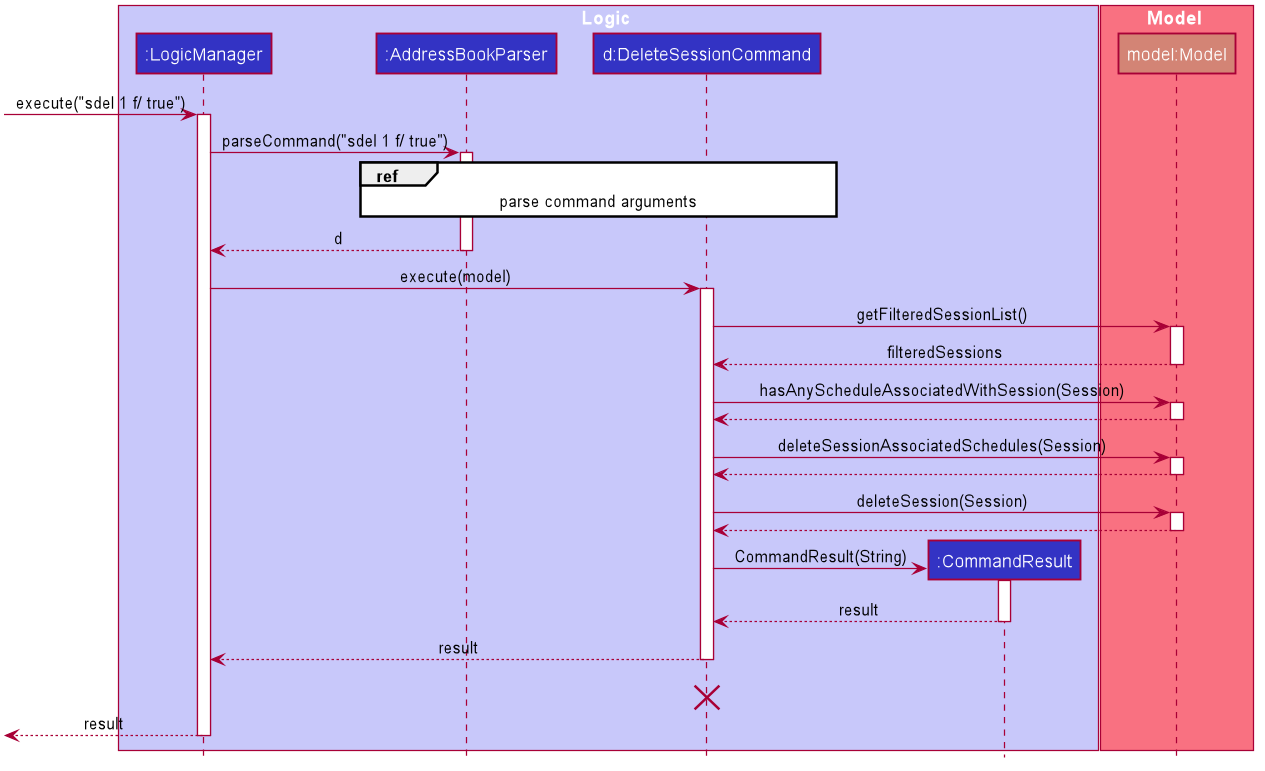
Above: docs/images/tracing/DeleteSessionSequenceDiagram.png in tanweijie123/tp (PlantUML), before the change. Its diagram source:
```plantuml
@startuml








skinparam BackgroundColor #FFFFFFF

skinparam Shadowing false

skinparam Class {
    FontColor #FFFFFF
    BorderThickness 1
    BorderColor #FFFFFF
    StereotypeFontColor #FFFFFF
    FontName Arial
}

skinparam Actor {
    BorderColor #000000
    Color #000000
    FontName Arial
}

skinparam Sequence {
    MessageAlign center
    BoxFontSize 15
    BoxPadding 0
    BoxFontColor #FFFFFF
    FontName Arial
}

skinparam Participant {
    FontColor #FFFFFFF
    Padding 20
}

skinparam MinClassWidth 50
skinparam ParticipantPadding 10
skinparam Shadowing false
skinparam DefaultTextAlignment center
skinparam packageStyle Rectangle

hide footbox
hide members
hide circle

box Logic #C8C8FA
participant ":LogicManager" as LogicManager #3333C4
participant ":AddressBookParser" as AddressBookParser #3333C4
participant "d:DeleteSessionCommand" as DeleteSessionCommand #3333C4
participant ":CommandResult" as CommandResult #3333C4
end box

box Model #F97181
participant "model:Model" as Model #d38475
end box
[-> LogicManager : execute("sdel 1 f/ true")
activate LogicManager

LogicManager -> AddressBookParser : parseCommand("sdel 1 f/ true")
activate AddressBookParser

ref over AddressBookParser, DeleteSessionCommand : parse command arguments

AddressBookParser --> LogicManager : d
deactivate AddressBookParser

LogicManager -> DeleteSessionCommand : execute(model)
activate DeleteSessionCommand

DeleteSessionCommand -> Model : getFilteredSessionList()
activate Model

Model --> DeleteSessionCommand : filteredSessions
deactivate Model

DeleteSessionCommand -> Model: hasAnyScheduleAssociatedWithSession(Session)
activate Model

Model --> DeleteSessionCommand
deactivate Model

DeleteSessionCommand -> Model: deleteSessionAssociatedSchedules(Session)
activate Model

Model --> DeleteSessionCommand
deactivate Model

DeleteSessionCommand -> Model: deleteSession(Session)
activate Model

Model --> DeleteSessionCommand
deactivate Model

create CommandResult
DeleteSessionCommand -> CommandResult: CommandResult(String)
activate CommandResult

CommandResult --> DeleteSessionCommand : result
deactivate CommandResult

DeleteSessionCommand --> LogicManager : result
deactivate DeleteSessionCommand
DeleteSessionCommand -[hidden]-> LogicManager : result
destroy DeleteSessionCommand

[<--LogicManager : result
deactivate LogicManager
@enduml
```
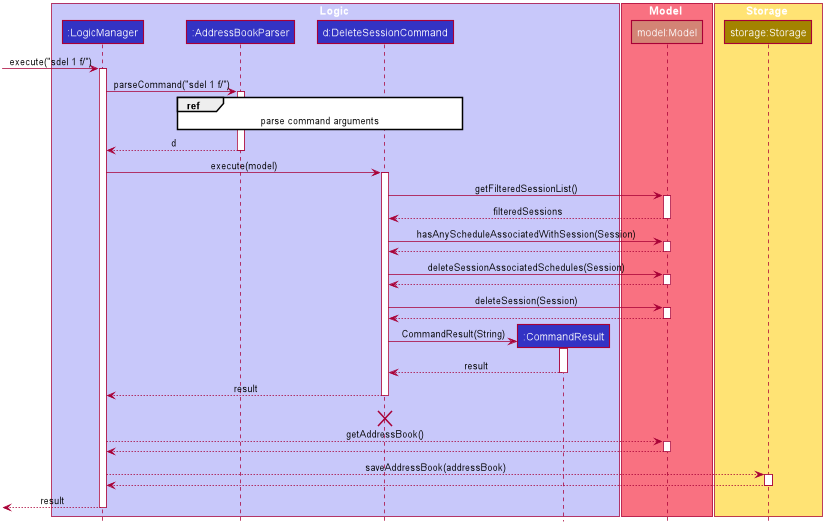
After the change.

What changed in the source:
```diff
@@ -58,10 +58,14 @@
 box Model #F97181
 participant "model:Model" as Model #d38475
 end box
-[-> LogicManager : execute("sdel 1 f/ true")
+[-> LogicManager : execute("sdel 1 f/")
 activate LogicManager
 
-LogicManager -> AddressBookParser : parseCommand("sdel 1 f/ true")
+box Storage #FFE374
+participant "storage:Storage" as Storage #A38300
+end box
+
+LogicManager -> AddressBookParser : parseCommand("sdel 1 f/")
 activate AddressBookParser
 
 ref over AddressBookParser, DeleteSessionCommand : parse command arguments
@@ -108,6 +112,18 @@
 DeleteSessionCommand -[hidden]-> LogicManager : result
 destroy DeleteSessionCommand
 
+LogicManager --> Model: getAddressBook()
+activate Model
+
+Model --> LogicManager
+deactivate Model
+
+LogicManager --> Storage : saveAddressBook(addressBook)
+activate Storage
+
+Storage --> LogicManager
+deactivate Storage
+
 [<--LogicManager : result
 deactivate LogicManager
 @enduml
```
